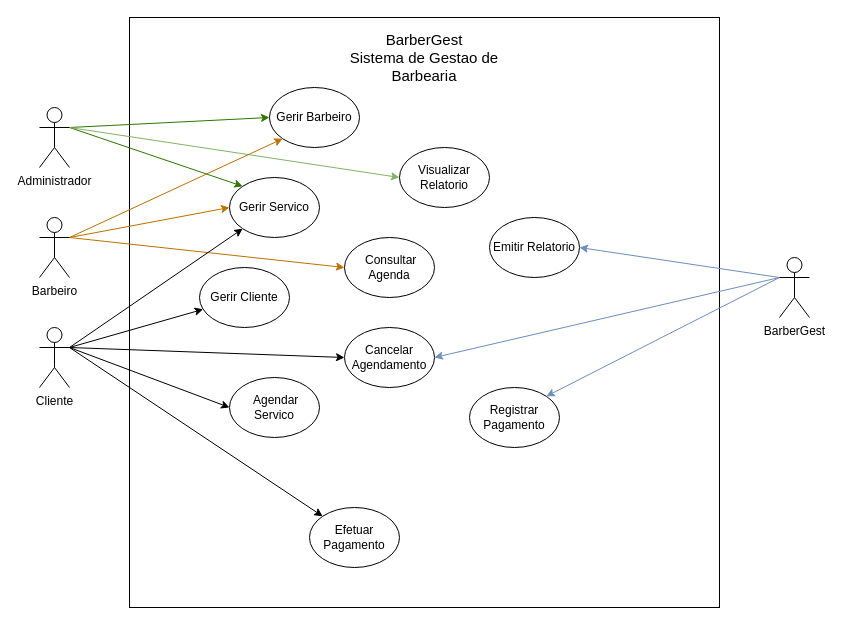
Earlier version of the draw.io diagram page "General Use Case" (1 of 2) of diagrams/Use Case Diagram.drawio (Moises-Jorge/BarberGest). Source tidied: cells renumbered, new cells numbered last; positions are measured from the earlier drawing's top-left corner, leaving out a move shared by most shapes. Both pictures are drawn from the tidied source at 100%, with x=0, y=0 at pixel (39, 17).
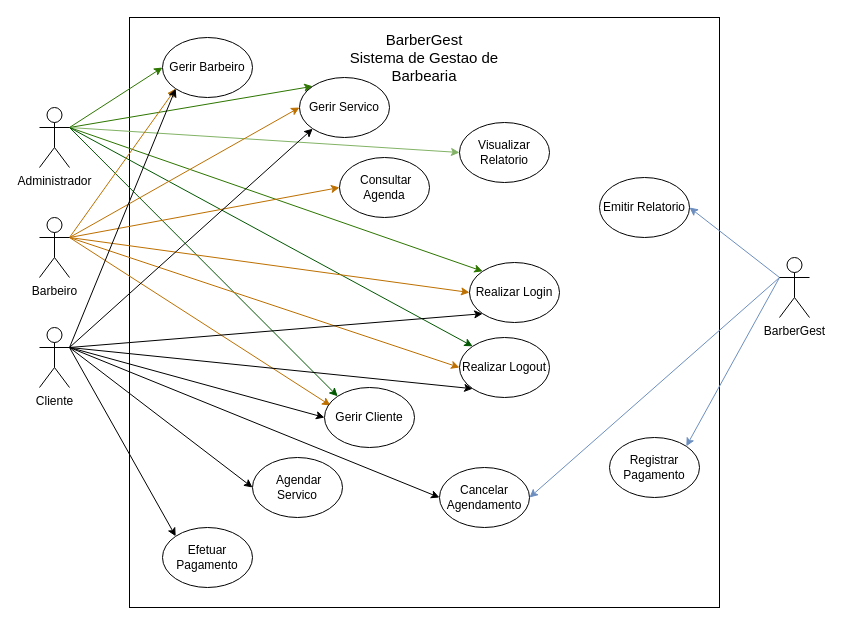
Above is the later version.

Commit message (it also covers changes not shown here):
diagram: updated general UC and added UC details

The change refers to these unchanged cells:
```xml
<mxCell id="7" value="Administrador" style="shape=umlActor;verticalLabelPosition=bottom;verticalAlign=top;html=1;outlineConnect=0;" parent="1" vertex="1">
  <mxGeometry y="90" width="30" height="60" as="geometry" />
</mxCell>
<mxCell id="11" value="Barbeiro" style="shape=umlActor;verticalLabelPosition=bottom;verticalAlign=top;html=1;outlineConnect=0;" parent="1" vertex="1">
  <mxGeometry y="200" width="30" height="60" as="geometry" />
</mxCell>
<mxCell id="17" value="Cliente" style="shape=umlActor;verticalLabelPosition=bottom;verticalAlign=top;html=1;outlineConnect=0;" parent="1" vertex="1">
  <mxGeometry y="310" width="30" height="60" as="geometry" />
</mxCell>
```

Change to the diagram source:
```diff
@@
+    <mxCell id="32" style="rounded=0;jettySize=auto;html=1;exitX=1;exitY=0.3333333333333333;exitDx=0;exitDy=0;exitPerimeter=0;entryX=0;entryY=0;entryDx=0;entryDy=0;fillColor=#008a00;strokeColor=#005700;" parent="1" edge="1" source="7" target="19">
+      <mxGeometry relative="1" as="geometry" />
+    </mxCell>
+    <mxCell id="33" style="rounded=0;jettySize=auto;html=1;exitX=1;exitY=0.3333333333333333;exitDx=0;exitDy=0;exitPerimeter=0;entryX=0;entryY=0;entryDx=0;entryDy=0;fillColor=#60a917;strokeColor=#2D7600;" parent="1" edge="1" source="7" target="41">
+      <mxGeometry relative="1" as="geometry" />
+    </mxCell>
+    <mxCell id="34" style="rounded=0;jettySize=auto;html=1;exitX=1;exitY=0.3333333333333333;exitDx=0;exitDy=0;exitPerimeter=0;entryX=0;entryY=0;entryDx=0;entryDy=0;fillColor=#008a00;strokeColor=#005700;" parent="1" edge="1" source="7" target="42">
+      <mxGeometry relative="1" as="geometry" />
+    </mxCell>
@@
+    <mxCell id="35" style="rounded=0;jettySize=auto;html=1;exitX=1;exitY=0.3333333333333333;exitDx=0;exitDy=0;exitPerimeter=0;entryX=0.067;entryY=0.3;entryDx=0;entryDy=0;fillColor=#f0a30a;strokeColor=#BD7000;entryPerimeter=0;" parent="1" edge="1" source="11" target="19">
+      <mxGeometry relative="1" as="geometry" />
+    </mxCell>
+    <mxCell id="36" style="rounded=0;jettySize=auto;html=1;exitX=1;exitY=0.3333333333333333;exitDx=0;exitDy=0;exitPerimeter=0;entryX=0;entryY=0.5;entryDx=0;entryDy=0;fillColor=#f0a30a;strokeColor=#BD7000;" parent="1" edge="1" source="11" target="41">
+      <mxGeometry relative="1" as="geometry" />
+    </mxCell>
+    <mxCell id="37" style="rounded=0;jettySize=auto;html=1;exitX=1;exitY=0.3333333333333333;exitDx=0;exitDy=0;exitPerimeter=0;entryX=0;entryY=0.5;entryDx=0;entryDy=0;fillColor=#f0a30a;strokeColor=#BD7000;" parent="1" edge="1" source="11" target="42">
+      <mxGeometry relative="1" as="geometry" />
+    </mxCell>
@@
-    <mxCell id="13" style="rounded=0;jettySize=auto;html=1;exitX=1;exitY=0.3333333333333333;exitDx=0;exitDy=0;exitPerimeter=0;" parent="1" edge="1" source="17" target="19">
+    <mxCell id="13" style="rounded=0;jettySize=auto;html=1;exitX=1;exitY=0.3333333333333333;exitDx=0;exitDy=0;exitPerimeter=0;entryX=0;entryY=0.5;entryDx=0;entryDy=0;" parent="1" edge="1" source="17" target="19">
       <mxGeometry relative="1" as="geometry" />
     </mxCell>
@@
+    <mxCell id="38" style="rounded=0;jettySize=auto;html=1;exitX=1;exitY=0.3333333333333333;exitDx=0;exitDy=0;exitPerimeter=0;entryX=0;entryY=1;entryDx=0;entryDy=0;" parent="1" edge="1" source="17" target="18">
+      <mxGeometry relative="1" as="geometry" />
+    </mxCell>
+    <mxCell id="39" style="rounded=0;jettySize=auto;html=1;exitX=1;exitY=0.3333333333333333;exitDx=0;exitDy=0;exitPerimeter=0;entryX=0;entryY=1;entryDx=0;entryDy=0;" parent="1" edge="1" source="17" target="41">
+      <mxGeometry relative="1" as="geometry" />
+    </mxCell>
+    <mxCell id="40" style="rounded=0;jettySize=auto;html=1;exitX=1;exitY=0.3333333333333333;exitDx=0;exitDy=0;exitPerimeter=0;entryX=0;entryY=1;entryDx=0;entryDy=0;" parent="1" edge="1" source="17" target="42">
+      <mxGeometry relative="1" as="geometry" />
+    </mxCell>
@@
     <mxCell id="18" value="Gerir Barbeiro" style="ellipse;whiteSpace=wrap;html=1;shapeInside=1;" parent="1" vertex="1">
-      <mxGeometry x="230" y="70" width="90" height="60" as="geometry" />
+      <mxGeometry x="123" y="20" width="90" height="60" as="geometry" />
     </mxCell>
     <mxCell id="19" value="Gerir Cliente" style="ellipse;whiteSpace=wrap;html=1;shapeInside=1;" parent="1" vertex="1">
-      <mxGeometry x="160" y="250" width="90" height="60" as="geometry" />
+      <mxGeometry x="285" y="370" width="90" height="60" as="geometry" />
     </mxCell>
     <mxCell id="20" value="Gerir Servico" style="ellipse;whiteSpace=wrap;html=1;shapeInside=1;" parent="1" vertex="1">
-      <mxGeometry x="190" y="160" width="90" height="60" as="geometry" />
+      <mxGeometry x="260" y="60" width="90" height="60" as="geometry" />
     </mxCell>
     <mxCell id="21" value="&amp;nbsp;Agendar Servico" style="ellipse;whiteSpace=wrap;html=1;shapeInside=1;" parent="1" vertex="1">
-      <mxGeometry x="190" y="360" width="90" height="60" as="geometry" />
+      <mxGeometry x="213" y="440" width="90" height="60" as="geometry" />
     </mxCell>
     <mxCell id="22" value="&amp;nbsp;Consultar Agenda" style="ellipse;whiteSpace=wrap;html=1;shapeInside=1;" parent="1" vertex="1">
-      <mxGeometry x="305" y="220" width="90" height="60" as="geometry" />
+      <mxGeometry x="300" y="140" width="90" height="60" as="geometry" />
     </mxCell>
     <mxCell id="23" value="Cancelar Agendamento" style="ellipse;whiteSpace=wrap;html=1;shapeInside=1;" parent="1" vertex="1">
-      <mxGeometry x="305" y="310" width="90" height="60" as="geometry" />
+      <mxGeometry x="400" y="450" width="90" height="60" as="geometry" />
     </mxCell>
     <mxCell id="24" value="Registrar Pagamento" style="ellipse;whiteSpace=wrap;html=1;shapeInside=1;" parent="1" vertex="1">
-      <mxGeometry x="430" y="370" width="90" height="60" as="geometry" />
+      <mxGeometry x="570" y="420" width="90" height="60" as="geometry" />
     </mxCell>
     <mxCell id="25" value="Emitir Relatorio" style="ellipse;whiteSpace=wrap;html=1;shapeInside=1;" parent="1" vertex="1">
-      <mxGeometry x="450" y="200" width="90" height="60" as="geometry" />
+      <mxGeometry x="560" y="160" width="90" height="60" as="geometry" />
     </mxCell>
@@
     <mxCell id="30" value="Efetuar Pagamento" style="ellipse;whiteSpace=wrap;html=1;shapeInside=1;" parent="1" vertex="1">
-      <mxGeometry x="270" y="490" width="90" height="60" as="geometry" />
+      <mxGeometry x="123" y="510" width="90" height="60" as="geometry" />
     </mxCell>
     <mxCell id="31" value="Visualizar Relatorio" style="ellipse;whiteSpace=wrap;html=1;shapeInside=1;" parent="1" vertex="1">
-      <mxGeometry x="360" y="130" width="90" height="60" as="geometry" />
+      <mxGeometry x="420" y="105" width="90" height="60" as="geometry" />
     </mxCell>
+    <mxCell id="41" value="Realizar Login" style="ellipse;whiteSpace=wrap;html=1;shapeInside=1;" parent="1" vertex="1">
+      <mxGeometry x="430" y="245" width="90" height="60" as="geometry" />
+    </mxCell>
+    <mxCell id="42" value="Realizar Logout" style="ellipse;whiteSpace=wrap;html=1;shapeInside=1;" parent="1" vertex="1">
+      <mxGeometry x="420" y="320" width="90" height="60" as="geometry" />
+    </mxCell>
```
